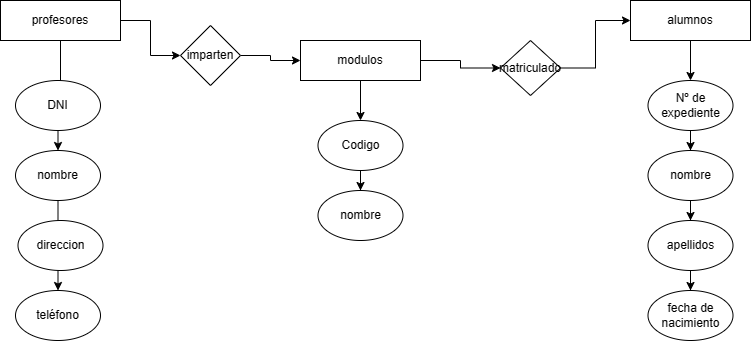
Earlier version of the draw.io export Diagrama sin título.drawio.png (royaleclash/apuntes). Source tidied: cells renumbered, new cells last; positions are measured from the earlier drawing's top-left corner, leaving out a move shared by most shapes.
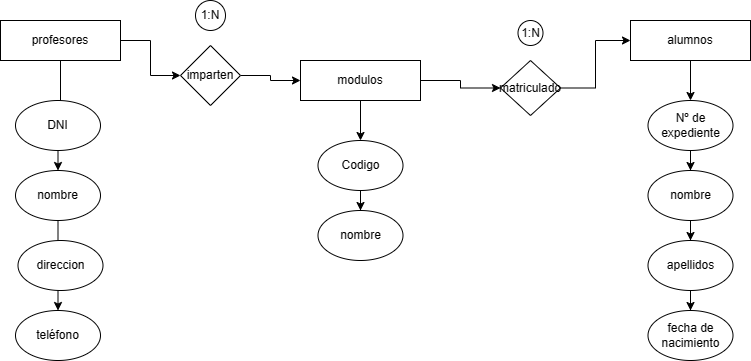
The same file after the commit.

Diff of the diagram source:
```diff
@@ -83,5 +83,11 @@
     <mxCell id="28" value="matriculado" style="rhombus;whiteSpace=wrap;html=1;" parent="1" vertex="1">
       <mxGeometry x="500" y="40" width="60" height="55" as="geometry" />
     </mxCell>
+    <mxCell id="29" value="1:N" style="ellipse;whiteSpace=wrap;html=1;" parent="1" vertex="1">
+      <mxGeometry x="195" y="-20" width="30" height="30" as="geometry" />
+    </mxCell>
+    <mxCell id="30" value="1:N" style="ellipse;whiteSpace=wrap;html=1;" parent="1" vertex="1">
+      <mxGeometry x="517.5" width="25" height="25" as="geometry" />
+    </mxCell>
   </root>
 </mxGraphModel>
```
